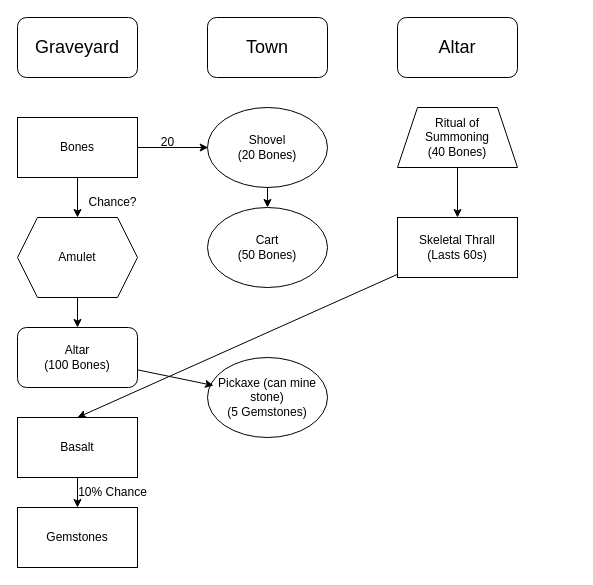
Above: Bones/Progression.drawio in tinytim42/bones-incremental (draw.io), before the change. Source tidied: cells renumbered, new cells numbered last; positions are measured from the earlier drawing's top-left corner, leaving out a move shared by most shapes. Both pictures are drawn from the tidied source at 100%, with x=0, y=0 at pixel (17, 17).
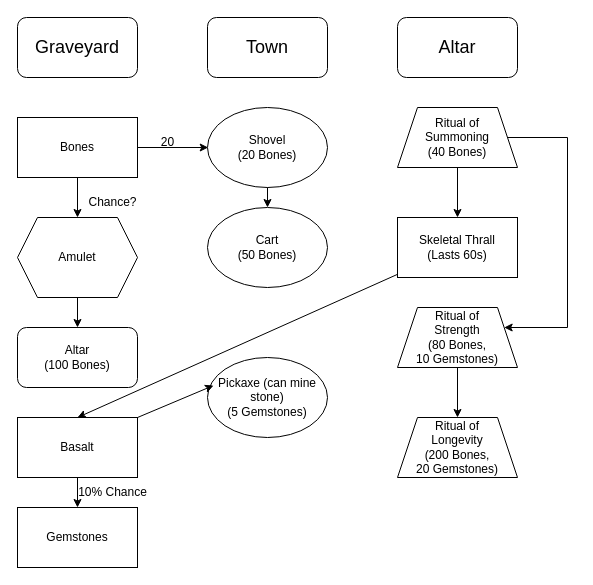
The same page after the edit.

Unchanged cells that the change refers to:
```xml
<mxCell id="14" value="Altar&lt;br&gt;(100 Bones)" style="rounded=1;whiteSpace=wrap;html=1;" parent="1" vertex="1">
  <mxGeometry y="310" width="120" height="60" as="geometry" />
</mxCell>
<mxCell id="15" value="Ritual of &lt;br&gt;Summoning&lt;br&gt;(40 Bones)" style="shape=trapezoid;perimeter=trapezoidPerimeter;whiteSpace=wrap;html=1;fixedSize=1;" parent="1" vertex="1">
  <mxGeometry x="380" y="90" width="120" height="60" as="geometry" />
</mxCell>
<mxCell id="18" value="Basalt" style="rounded=0;whiteSpace=wrap;html=1;" parent="1" vertex="1">
  <mxGeometry y="400" width="120" height="60" as="geometry" />
</mxCell>
<mxCell id="25" value="Pickaxe (can mine stone)&lt;br&gt;(5 Gemstones)" style="ellipse;whiteSpace=wrap;html=1;" parent="1" vertex="1">
  <mxGeometry x="190" y="340" width="120" height="80" as="geometry" />
</mxCell>
```

What changed in the source:
```diff
@@
-    <mxCell id="26" style="endArrow=classic;html=1;rounded=0;entryX=0.05;entryY=0.35;entryDx=0;entryDy=0;entryPerimeter=0;" parent="1" edge="1" source="14" target="25">
+    <mxCell id="26" style="endArrow=classic;html=1;rounded=0;entryX=0.05;entryY=0.35;entryDx=0;entryDy=0;entryPerimeter=0;exitX=1;exitY=0;exitDx=0;exitDy=0;" parent="1" edge="1" source="18" target="25">
       <mxGeometry relative="1" as="geometry" />
     </mxCell>
+    <mxCell id="27" value="Ritual of &lt;br&gt;Strength&lt;br&gt;(80 Bones,&lt;br&gt;10 Gemstones)" style="shape=trapezoid;perimeter=trapezoidPerimeter;whiteSpace=wrap;html=1;fixedSize=1;" parent="1" vertex="1">
+      <mxGeometry x="380" y="290" width="120" height="60" as="geometry" />
+    </mxCell>
+    <mxCell id="28" style="endArrow=classic;html=1;rounded=0;edgeStyle=orthogonalEdgeStyle;exitX=1;exitY=0.5;exitDx=0;exitDy=0;" parent="1" edge="1" source="15" target="27">
+      <mxGeometry relative="1" as="geometry">
+        <Array as="points">
+          <mxPoint x="550" y="120" />
+          <mxPoint x="550" y="310" />
+        </Array>
+      </mxGeometry>
+    </mxCell>
+    <mxCell id="29" value="Ritual of&lt;br&gt;Longevity&lt;br&gt;(200 Bones,&lt;br&gt;20 Gemstones)" style="shape=trapezoid;perimeter=trapezoidPerimeter;whiteSpace=wrap;html=1;fixedSize=1;" parent="1" vertex="1">
+      <mxGeometry x="380" y="400" width="120" height="60" as="geometry" />
+    </mxCell>
+    <mxCell id="30" style="endArrow=classic;html=1;rounded=0;" parent="1" edge="1" source="27">
+      <mxGeometry relative="1" as="geometry">
+        <mxPoint x="440" y="400" as="targetPoint" />
+      </mxGeometry>
+    </mxCell>
```
